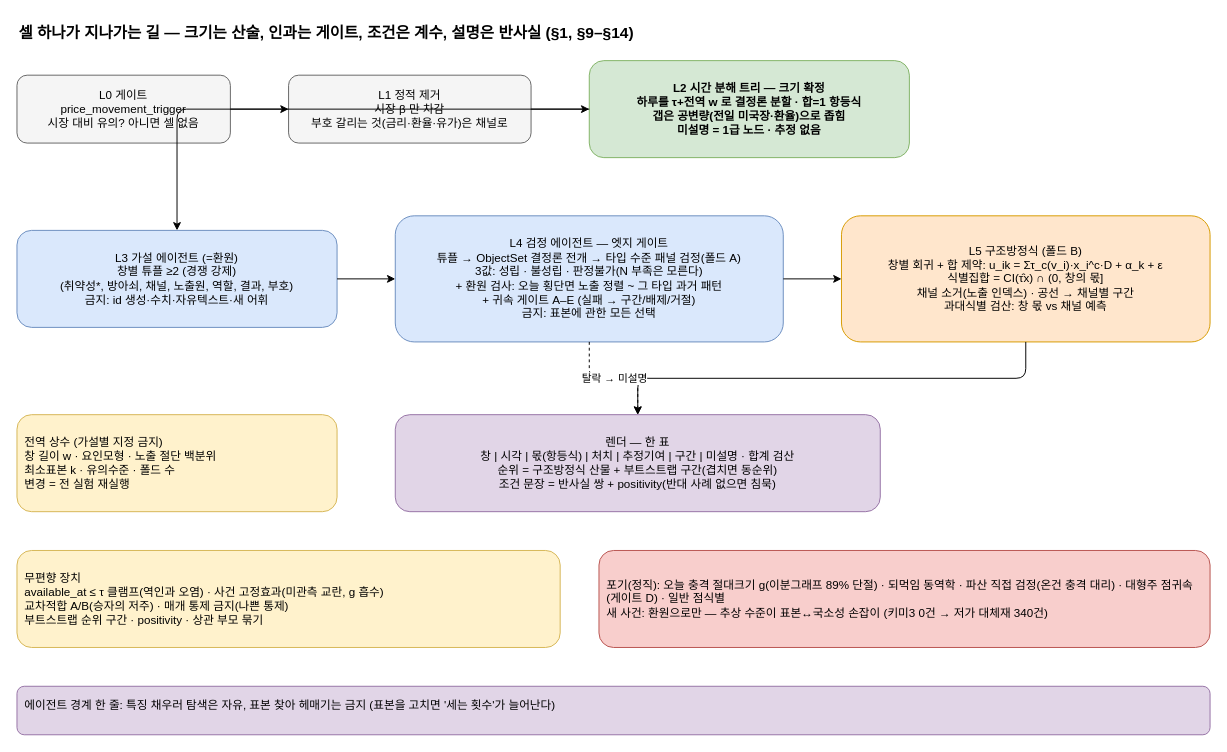
alphaeveryday/edge keeps this draw.io diagram as page "2 귀속 파이프라인" (2 of 3) of docs/analysis-engine/causal-attribution-frame.drawio. Above is the earlier version. Source tidied: cells renumbered, new cells numbered last; positions are measured from the earlier drawing's top-left corner, leaving out a move shared by most shapes. Both pictures are drawn from the tidied source at 97%, with x=0, y=0 at pixel (16, 16).
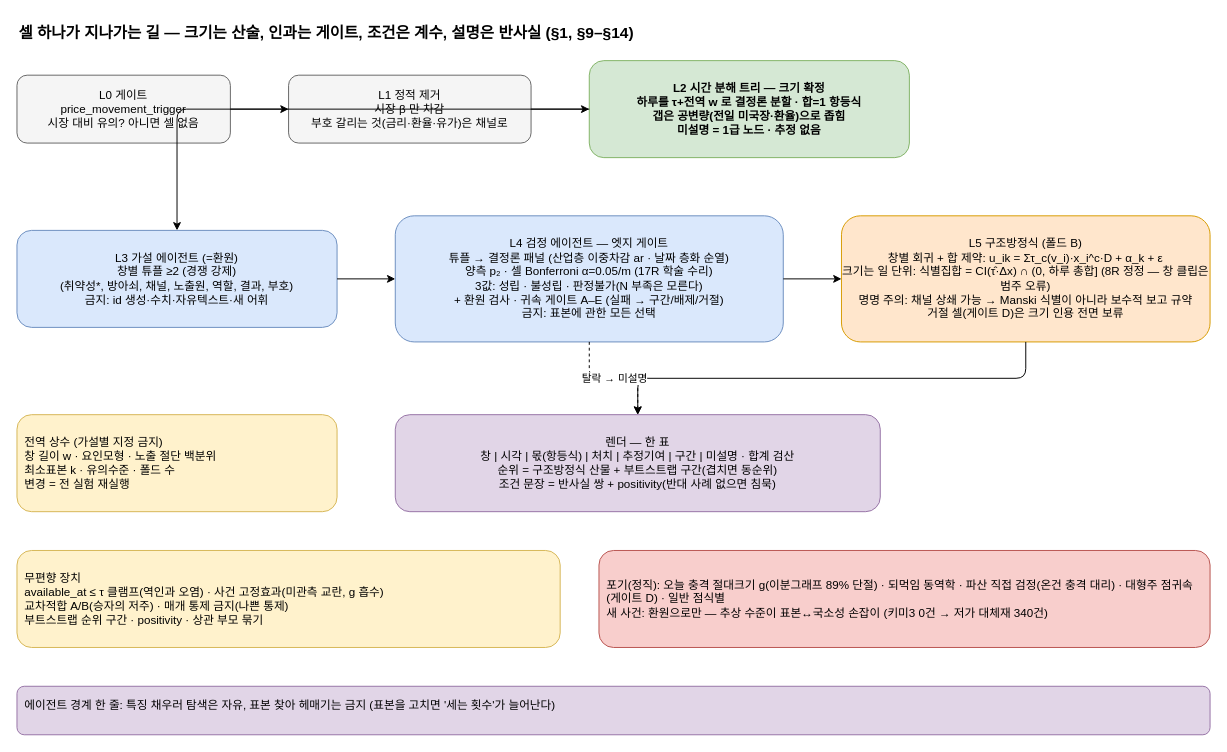
Above is the later version.

Commit message (it also covers changes not shown here):
docs(analysis-engine): 튜플 체계 drawio 3페이지 + 설계 문서 as-built 부록 §22

Change to the diagram source:
```diff
@@
-    <mxCell id="7" value="L4 검정 에이전트 — 엣지 게이트&#10;튜플 → ObjectSet 결정론 전개 → 타입 수준 패널 검정(폴드 A)&#10;3값: 성립 · 불성립 · 판정불가(N 부족은 모른다)&#10;+ 환원 검사: 오늘 횡단면 노출 정렬 ~ 그 타입 과거 패턴&#10;+ 귀속 게이트 A–E (실패 → 구간/배제/거절)&#10;금지: 표본에 관한 모든 선택" style="rounded=1;whiteSpace=wrap;html=1;fillColor=#dae8fc;strokeColor=#6c8ebf;" parent="1" vertex="1">
+    <mxCell id="7" value="L4 검정 에이전트 — 엣지 게이트&#10;튜플 → 결정론 패널 (산업층 이중차감 ar · 날짜 층화 순열)&#10;양측 p₂ · 셀 Bonferroni α=0.05/m (17R 학술 수리)&#10;3값: 성립 · 불성립 · 판정불가(N 부족은 모른다)&#10;+ 환원 검사 · 귀속 게이트 A–E (실패 → 구간/배제/거절)&#10;금지: 표본에 관한 모든 선택" style="rounded=1;whiteSpace=wrap;html=1;fillColor=#dae8fc;strokeColor=#6c8ebf;" parent="1" vertex="1">
       <mxGeometry x="390" y="205" width="400" height="130" as="geometry" />
     </mxCell>
-    <mxCell id="8" value="L5 구조방정식 (폴드 B)&#10;창별 회귀 + 합 제약: u_ik = Στ_c(v_i)·x_i^c·D + α_k + ε&#10;식별집합 = CI(τ̂x) ∩ (0, 창의 몫]&#10;채널 소거(노출 인덱스) · 공선 → 채널별 구간&#10;과대식별 검산: 창 몫 vs 채널 예측" style="rounded=1;whiteSpace=wrap;html=1;fillColor=#ffe6cc;strokeColor=#d79b00;" parent="1" vertex="1">
+    <mxCell id="8" value="L5 구조방정식 (폴드 B)&#10;창별 회귀 + 합 제약: u_ik = Στ_c(v_i)·x_i^c·D + α_k + ε&#10;크기는 일 단위: 식별집합 = CI(τ̂·Δx) ∩ (0, 하루 총합] (8R 정정 — 창 클립은 범주 오류)&#10;명명 주의: 채널 상쇄 가능 → Manski 식별이 아니라 보수적 보고 규약&#10;거절 셀(게이트 D)은 크기 인용 전면 보류" style="rounded=1;whiteSpace=wrap;html=1;fillColor=#ffe6cc;strokeColor=#d79b00;" parent="1" vertex="1">
       <mxGeometry x="850" y="205" width="380" height="130" as="geometry" />
     </mxCell>
```
